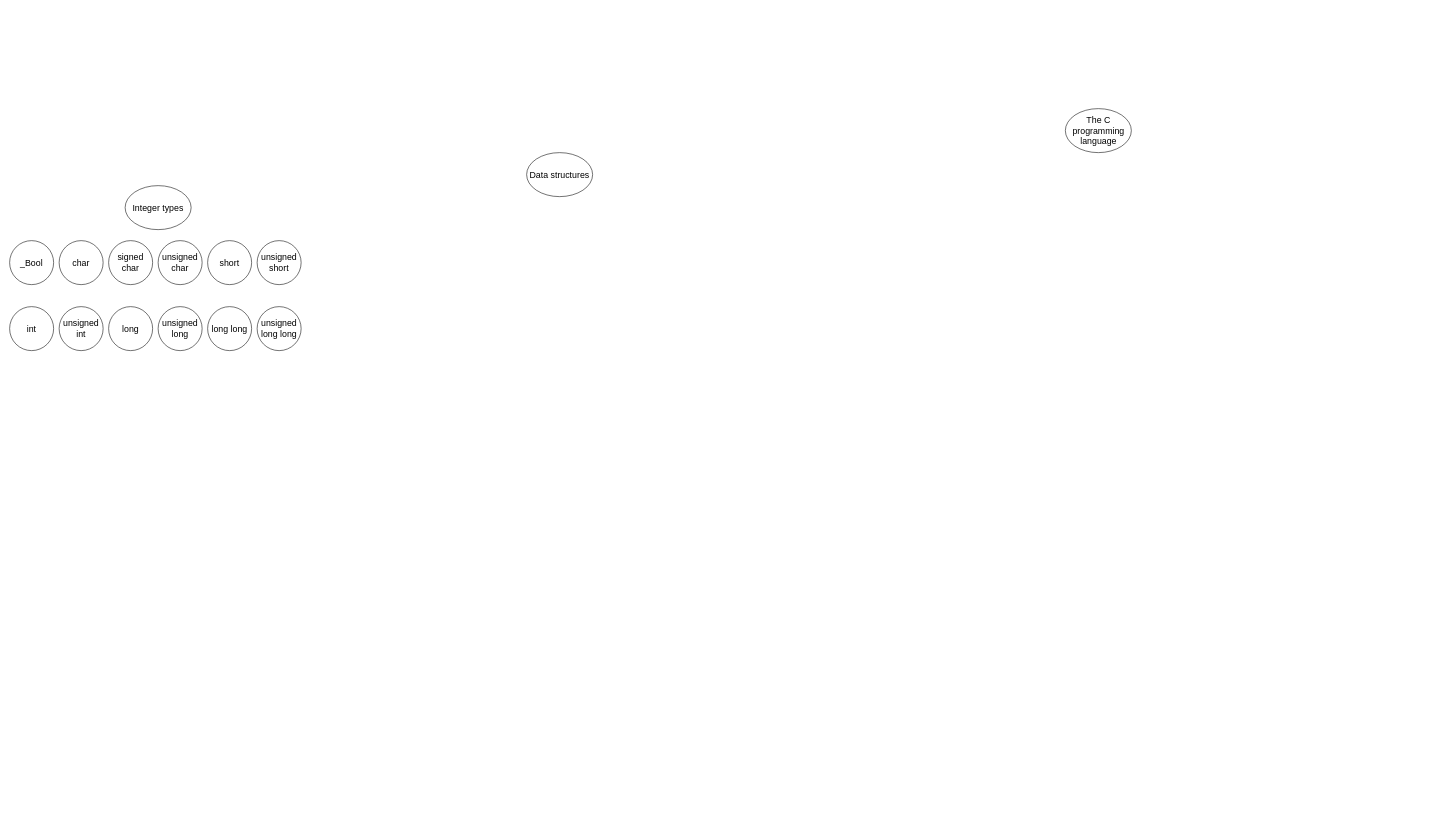
This is The C programming language.drawio from sanguinem19/draw.io, a draw.io file, before an edit. Source tidied: cells renumbered, new cells numbered last; positions are measured from the earlier drawing's top-left corner, leaving out a move shared by most shapes. Both pictures are drawn from the tidied source at 55%, with x=0, y=0 at pixel (9, 108).
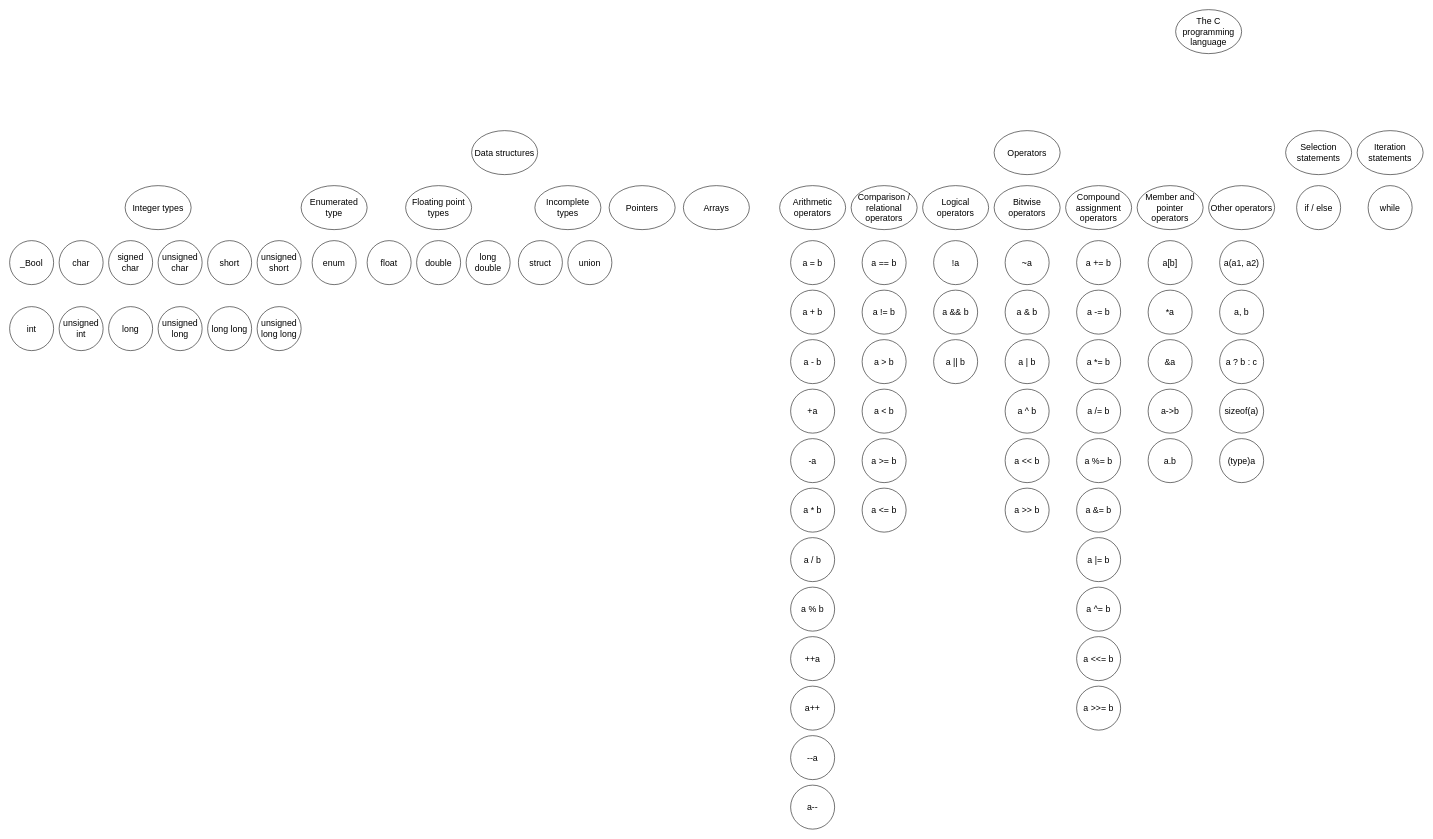
After the change.

The edit, as a diff of the source:
```diff
@@
     <mxCell id="2" value="The C programming language" style="ellipse;whiteSpace=wrap;html=1;fontSize=16;" parent="1" vertex="1">
-      <mxGeometry x="1919.5" width="120" height="80" as="geometry" />
+      <mxGeometry x="2120" y="-180" width="120" height="80" as="geometry" />
     </mxCell>
     <mxCell id="3" value="Data structures" style="ellipse;whiteSpace=wrap;html=1;fontSize=16;" parent="1" vertex="1">
-      <mxGeometry x="940" y="80" width="120" height="80" as="geometry" />
+      <mxGeometry x="840" y="40" width="120" height="80" as="geometry" />
     </mxCell>
@@
+    <mxCell id="17" value="Enumerated type" style="ellipse;whiteSpace=wrap;html=1;fontSize=16;" parent="1" vertex="1">
+      <mxGeometry x="530" y="140" width="120" height="80" as="geometry" />
+    </mxCell>
+    <mxCell id="18" value="enum" style="ellipse;whiteSpace=wrap;html=1;fontSize=16;" parent="1" vertex="1">
+      <mxGeometry x="550" y="240" width="80" height="80" as="geometry" />
+    </mxCell>
+    <mxCell id="19" value="Floating point types" style="ellipse;whiteSpace=wrap;html=1;fontSize=16;" parent="1" vertex="1">
+      <mxGeometry x="720" y="140" width="120" height="80" as="geometry" />
+    </mxCell>
+    <mxCell id="20" value="double" style="ellipse;whiteSpace=wrap;html=1;fontSize=16;" parent="1" vertex="1">
+      <mxGeometry x="740" y="240" width="80" height="80" as="geometry" />
+    </mxCell>
+    <mxCell id="21" value="float" style="ellipse;whiteSpace=wrap;html=1;fontSize=16;" parent="1" vertex="1">
+      <mxGeometry x="650" y="240" width="80" height="80" as="geometry" />
+    </mxCell>
+    <mxCell id="22" value="long double" style="ellipse;whiteSpace=wrap;html=1;fontSize=16;" parent="1" vertex="1">
+      <mxGeometry x="830" y="240" width="80" height="80" as="geometry" />
+    </mxCell>
+    <mxCell id="23" value="Incomplete types" style="ellipse;whiteSpace=wrap;html=1;fontSize=16;" parent="1" vertex="1">
+      <mxGeometry x="955" y="140" width="120" height="80" as="geometry" />
+    </mxCell>
+    <mxCell id="24" value="struct" style="ellipse;whiteSpace=wrap;html=1;fontSize=16;" parent="1" vertex="1">
+      <mxGeometry x="925" y="240" width="80" height="80" as="geometry" />
+    </mxCell>
+    <mxCell id="25" value="union" style="ellipse;whiteSpace=wrap;html=1;fontSize=16;" parent="1" vertex="1">
+      <mxGeometry x="1015" y="240" width="80" height="80" as="geometry" />
+    </mxCell>
+    <mxCell id="26" value="Pointers" style="ellipse;whiteSpace=wrap;html=1;fontSize=16;" parent="1" vertex="1">
+      <mxGeometry x="1090" y="140" width="120" height="80" as="geometry" />
+    </mxCell>
+    <mxCell id="27" value="Arrays" style="ellipse;whiteSpace=wrap;html=1;fontSize=16;" parent="1" vertex="1">
+      <mxGeometry x="1225" y="140" width="120" height="80" as="geometry" />
+    </mxCell>
+    <mxCell id="28" value="Operators" style="ellipse;whiteSpace=wrap;html=1;fontSize=16;" parent="1" vertex="1">
+      <mxGeometry x="1790" y="40" width="120" height="80" as="geometry" />
+    </mxCell>
+    <mxCell id="29" value="Arithmetic operators" style="ellipse;whiteSpace=wrap;html=1;fontSize=16;" parent="1" vertex="1">
+      <mxGeometry x="1400" y="140" width="120" height="80" as="geometry" />
+    </mxCell>
+    <mxCell id="30" value="Comparison / relational operators" style="ellipse;whiteSpace=wrap;html=1;fontSize=16;" parent="1" vertex="1">
+      <mxGeometry x="1530" y="140" width="120" height="80" as="geometry" />
+    </mxCell>
+    <mxCell id="31" value="Logical operators" style="ellipse;whiteSpace=wrap;html=1;fontSize=16;" parent="1" vertex="1">
+      <mxGeometry x="1660" y="140" width="120" height="80" as="geometry" />
+    </mxCell>
+    <mxCell id="32" value="Bitwise operators" style="ellipse;whiteSpace=wrap;html=1;fontSize=16;" parent="1" vertex="1">
+      <mxGeometry x="1790" y="140" width="120" height="80" as="geometry" />
+    </mxCell>
+    <mxCell id="33" value="Compound assignment operators" style="ellipse;whiteSpace=wrap;html=1;fontSize=16;" parent="1" vertex="1">
+      <mxGeometry x="1920" y="140" width="120" height="80" as="geometry" />
+    </mxCell>
+    <mxCell id="34" value="Member and pointer operators" style="ellipse;whiteSpace=wrap;html=1;fontSize=16;" parent="1" vertex="1">
+      <mxGeometry x="2050" y="140" width="120" height="80" as="geometry" />
+    </mxCell>
+    <mxCell id="35" value="Other operators" style="ellipse;whiteSpace=wrap;html=1;fontSize=16;" parent="1" vertex="1">
+      <mxGeometry x="2180" y="140" width="120" height="80" as="geometry" />
+    </mxCell>
+    <mxCell id="36" value="a = b" style="ellipse;whiteSpace=wrap;html=1;fontSize=16;" parent="1" vertex="1">
+      <mxGeometry x="1420" y="240" width="80" height="80" as="geometry" />
+    </mxCell>
+    <mxCell id="37" value="a + b" style="ellipse;whiteSpace=wrap;html=1;fontSize=16;" parent="1" vertex="1">
+      <mxGeometry x="1420" y="330" width="80" height="80" as="geometry" />
+    </mxCell>
+    <mxCell id="38" value="a - b" style="ellipse;whiteSpace=wrap;html=1;fontSize=16;" parent="1" vertex="1">
+      <mxGeometry x="1420" y="420" width="80" height="80" as="geometry" />
+    </mxCell>
+    <mxCell id="39" value="+a" style="ellipse;whiteSpace=wrap;html=1;fontSize=16;" parent="1" vertex="1">
+      <mxGeometry x="1420" y="510" width="80" height="80" as="geometry" />
+    </mxCell>
+    <mxCell id="40" value="-a" style="ellipse;whiteSpace=wrap;html=1;fontSize=16;" parent="1" vertex="1">
+      <mxGeometry x="1420" y="600" width="80" height="80" as="geometry" />
+    </mxCell>
+    <mxCell id="41" value="a * b" style="ellipse;whiteSpace=wrap;html=1;fontSize=16;" parent="1" vertex="1">
+      <mxGeometry x="1420" y="690" width="80" height="80" as="geometry" />
+    </mxCell>
+    <mxCell id="42" value="a / b" style="ellipse;whiteSpace=wrap;html=1;fontSize=16;" parent="1" vertex="1">
+      <mxGeometry x="1420" y="780" width="80" height="80" as="geometry" />
+    </mxCell>
+    <mxCell id="43" value="a % b" style="ellipse;whiteSpace=wrap;html=1;fontSize=16;" parent="1" vertex="1">
+      <mxGeometry x="1420" y="870" width="80" height="80" as="geometry" />
+    </mxCell>
+    <mxCell id="44" value="++a" style="ellipse;whiteSpace=wrap;html=1;fontSize=16;" parent="1" vertex="1">
+      <mxGeometry x="1420" y="960" width="80" height="80" as="geometry" />
+    </mxCell>
+    <mxCell id="45" value="a++" style="ellipse;whiteSpace=wrap;html=1;fontSize=16;" parent="1" vertex="1">
+      <mxGeometry x="1420" y="1050" width="80" height="80" as="geometry" />
+    </mxCell>
+    <mxCell id="46" value="--a" style="ellipse;whiteSpace=wrap;html=1;fontSize=16;" parent="1" vertex="1">
+      <mxGeometry x="1420" y="1140" width="80" height="80" as="geometry" />
+    </mxCell>
+    <mxCell id="47" value="a--" style="ellipse;whiteSpace=wrap;html=1;fontSize=16;" parent="1" vertex="1">
+      <mxGeometry x="1420" y="1230" width="80" height="80" as="geometry" />
+    </mxCell>
+    <mxCell id="48" value="a == b" style="ellipse;whiteSpace=wrap;html=1;fontSize=16;" parent="1" vertex="1">
+      <mxGeometry x="1550" y="240" width="80" height="80" as="geometry" />
+    </mxCell>
+    <mxCell id="49" value="a != b" style="ellipse;whiteSpace=wrap;html=1;fontSize=16;" parent="1" vertex="1">
+      <mxGeometry x="1550" y="330" width="80" height="80" as="geometry" />
+    </mxCell>
+    <mxCell id="50" value="a &amp;gt; b" style="ellipse;whiteSpace=wrap;html=1;fontSize=16;" parent="1" vertex="1">
+      <mxGeometry x="1550" y="420" width="80" height="80" as="geometry" />
+    </mxCell>
+    <mxCell id="51" value="a &amp;lt; b" style="ellipse;whiteSpace=wrap;html=1;fontSize=16;" parent="1" vertex="1">
+      <mxGeometry x="1550" y="510" width="80" height="80" as="geometry" />
+    </mxCell>
+    <mxCell id="52" value="a &amp;gt;= b" style="ellipse;whiteSpace=wrap;html=1;fontSize=16;" parent="1" vertex="1">
+      <mxGeometry x="1550" y="600" width="80" height="80" as="geometry" />
+    </mxCell>
+    <mxCell id="53" value="a &amp;lt;= b" style="ellipse;whiteSpace=wrap;html=1;fontSize=16;" parent="1" vertex="1">
+      <mxGeometry x="1550" y="690" width="80" height="80" as="geometry" />
+    </mxCell>
+    <mxCell id="54" value="!a" style="ellipse;whiteSpace=wrap;html=1;fontSize=16;" parent="1" vertex="1">
+      <mxGeometry x="1680" y="240" width="80" height="80" as="geometry" />
+    </mxCell>
+    <mxCell id="55" value="a &amp;amp;&amp;amp; b" style="ellipse;whiteSpace=wrap;html=1;fontSize=16;" parent="1" vertex="1">
+      <mxGeometry x="1680" y="330" width="80" height="80" as="geometry" />
+    </mxCell>
+    <mxCell id="56" value="a || b" style="ellipse;whiteSpace=wrap;html=1;fontSize=16;" parent="1" vertex="1">
+      <mxGeometry x="1680" y="420" width="80" height="80" as="geometry" />
+    </mxCell>
+    <mxCell id="57" value="~a" style="ellipse;whiteSpace=wrap;html=1;fontSize=16;" parent="1" vertex="1">
+      <mxGeometry x="1810" y="240" width="80" height="80" as="geometry" />
+    </mxCell>
+    <mxCell id="58" value="a &amp;amp; b" style="ellipse;whiteSpace=wrap;html=1;fontSize=16;" parent="1" vertex="1">
+      <mxGeometry x="1810" y="330" width="80" height="80" as="geometry" />
+    </mxCell>
+    <mxCell id="59" value="a | b" style="ellipse;whiteSpace=wrap;html=1;fontSize=16;" parent="1" vertex="1">
+      <mxGeometry x="1810" y="420" width="80" height="80" as="geometry" />
+    </mxCell>
+    <mxCell id="60" value="a ^ b" style="ellipse;whiteSpace=wrap;html=1;fontSize=16;" parent="1" vertex="1">
+      <mxGeometry x="1810" y="510" width="80" height="80" as="geometry" />
+    </mxCell>
+    <mxCell id="61" value="a &amp;lt;&amp;lt; b" style="ellipse;whiteSpace=wrap;html=1;fontSize=16;" parent="1" vertex="1">
+      <mxGeometry x="1810" y="600" width="80" height="80" as="geometry" />
+    </mxCell>
+    <mxCell id="62" value="a &amp;gt;&amp;gt; b" style="ellipse;whiteSpace=wrap;html=1;fontSize=16;" parent="1" vertex="1">
+      <mxGeometry x="1810" y="690" width="80" height="80" as="geometry" />
+    </mxCell>
+    <mxCell id="63" value="a += b" style="ellipse;whiteSpace=wrap;html=1;fontSize=16;" parent="1" vertex="1">
+      <mxGeometry x="1940" y="240" width="80" height="80" as="geometry" />
+    </mxCell>
+    <mxCell id="64" value="a -= b" style="ellipse;whiteSpace=wrap;html=1;fontSize=16;" parent="1" vertex="1">
+      <mxGeometry x="1940" y="330" width="80" height="80" as="geometry" />
+    </mxCell>
+    <mxCell id="65" value="a *= b" style="ellipse;whiteSpace=wrap;html=1;fontSize=16;" parent="1" vertex="1">
+      <mxGeometry x="1940" y="420" width="80" height="80" as="geometry" />
+    </mxCell>
+    <mxCell id="66" value="a /= b" style="ellipse;whiteSpace=wrap;html=1;fontSize=16;" parent="1" vertex="1">
+      <mxGeometry x="1940" y="510" width="80" height="80" as="geometry" />
+    </mxCell>
+    <mxCell id="67" value="a %= b" style="ellipse;whiteSpace=wrap;html=1;fontSize=16;" parent="1" vertex="1">
+      <mxGeometry x="1940" y="600" width="80" height="80" as="geometry" />
+    </mxCell>
+    <mxCell id="68" value="a &amp;amp;= b" style="ellipse;whiteSpace=wrap;html=1;fontSize=16;" parent="1" vertex="1">
+      <mxGeometry x="1940" y="690" width="80" height="80" as="geometry" />
+    </mxCell>
+    <mxCell id="69" value="a |= b" style="ellipse;whiteSpace=wrap;html=1;fontSize=16;" parent="1" vertex="1">
+      <mxGeometry x="1940" y="780" width="80" height="80" as="geometry" />
+    </mxCell>
+    <mxCell id="70" value="a ^= b" style="ellipse;whiteSpace=wrap;html=1;fontSize=16;" parent="1" vertex="1">
+      <mxGeometry x="1940" y="870" width="80" height="80" as="geometry" />
+    </mxCell>
+    <mxCell id="71" value="a &amp;lt;&amp;lt;= b" style="ellipse;whiteSpace=wrap;html=1;fontSize=16;" parent="1" vertex="1">
+      <mxGeometry x="1940" y="960" width="80" height="80" as="geometry" />
+    </mxCell>
+    <mxCell id="72" value="a &amp;gt;&amp;gt;= b" style="ellipse;whiteSpace=wrap;html=1;fontSize=16;" parent="1" vertex="1">
+      <mxGeometry x="1940" y="1050" width="80" height="80" as="geometry" />
+    </mxCell>
+    <mxCell id="73" value="a[b]" style="ellipse;whiteSpace=wrap;html=1;fontSize=16;" parent="1" vertex="1">
+      <mxGeometry x="2070" y="240" width="80" height="80" as="geometry" />
+    </mxCell>
+    <mxCell id="74" value="*a" style="ellipse;whiteSpace=wrap;html=1;fontSize=16;" parent="1" vertex="1">
+      <mxGeometry x="2070" y="330" width="80" height="80" as="geometry" />
+    </mxCell>
+    <mxCell id="75" value="&amp;amp;a" style="ellipse;whiteSpace=wrap;html=1;fontSize=16;" parent="1" vertex="1">
+      <mxGeometry x="2070" y="420" width="80" height="80" as="geometry" />
+    </mxCell>
+    <mxCell id="76" value="a-&amp;gt;b" style="ellipse;whiteSpace=wrap;html=1;fontSize=16;" parent="1" vertex="1">
+      <mxGeometry x="2070" y="510" width="80" height="80" as="geometry" />
+    </mxCell>
+    <mxCell id="77" value="a.b" style="ellipse;whiteSpace=wrap;html=1;fontSize=16;" parent="1" vertex="1">
+      <mxGeometry x="2070" y="600" width="80" height="80" as="geometry" />
+    </mxCell>
+    <mxCell id="78" value="a(a1, a2)" style="ellipse;whiteSpace=wrap;html=1;fontSize=16;" parent="1" vertex="1">
+      <mxGeometry x="2200" y="240" width="80" height="80" as="geometry" />
+    </mxCell>
+    <mxCell id="79" value="a, b" style="ellipse;whiteSpace=wrap;html=1;fontSize=16;" parent="1" vertex="1">
+      <mxGeometry x="2200" y="330" width="80" height="80" as="geometry" />
+    </mxCell>
+    <mxCell id="80" value="a ? b : c" style="ellipse;whiteSpace=wrap;html=1;fontSize=16;" parent="1" vertex="1">
+      <mxGeometry x="2200" y="420" width="80" height="80" as="geometry" />
+    </mxCell>
+    <mxCell id="81" value="sizeof(a)" style="ellipse;whiteSpace=wrap;html=1;fontSize=16;" parent="1" vertex="1">
+      <mxGeometry x="2200" y="510" width="80" height="80" as="geometry" />
+    </mxCell>
+    <mxCell id="82" value="(type)a" style="ellipse;whiteSpace=wrap;html=1;fontSize=16;" parent="1" vertex="1">
+      <mxGeometry x="2200" y="600" width="80" height="80" as="geometry" />
+    </mxCell>
+    <mxCell id="83" value="Selection statements" style="ellipse;whiteSpace=wrap;html=1;fontSize=16;" parent="1" vertex="1">
+      <mxGeometry x="2320" y="40" width="120" height="80" as="geometry" />
+    </mxCell>
+    <mxCell id="84" value="if / else" style="ellipse;whiteSpace=wrap;html=1;fontSize=16;" parent="1" vertex="1">
+      <mxGeometry x="2340" y="140" width="80" height="80" as="geometry" />
+    </mxCell>
+    <mxCell id="85" value="Iteration statements" style="ellipse;whiteSpace=wrap;html=1;fontSize=16;" parent="1" vertex="1">
+      <mxGeometry x="2450" y="40" width="120" height="80" as="geometry" />
+    </mxCell>
+    <mxCell id="86" value="while" style="ellipse;whiteSpace=wrap;html=1;fontSize=16;" parent="1" vertex="1">
+      <mxGeometry x="2470" y="140" width="80" height="80" as="geometry" />
+    </mxCell>
```
